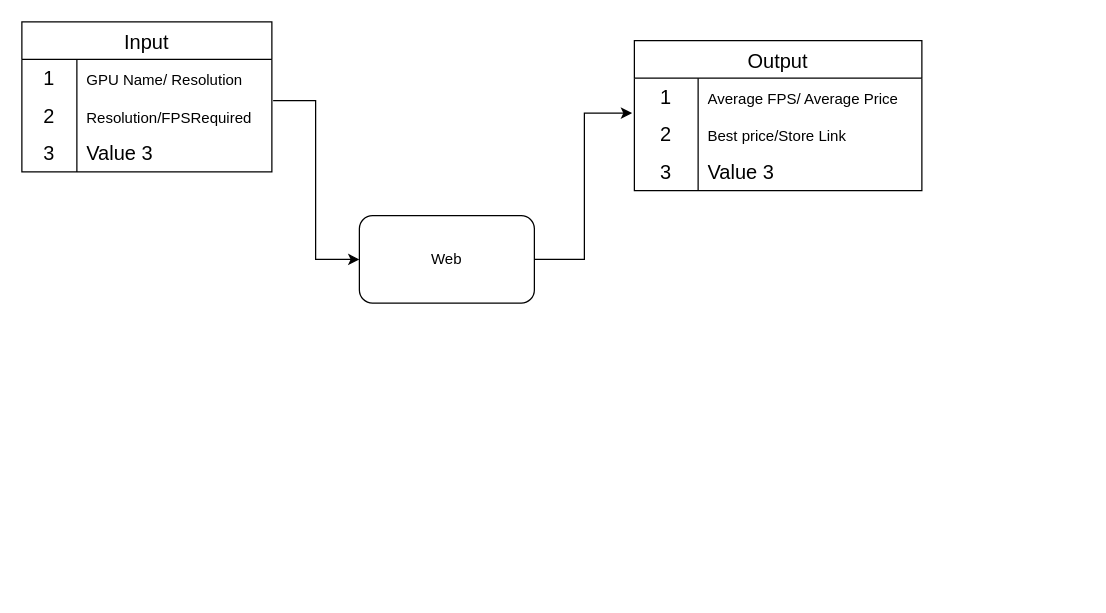
This is VladsMachine.drawio from SouzaNascimento/VladsMachine, a draw.io file, before an edit. Source tidied: cells renumbered, new cells numbered last; positions are measured from the earlier drawing's top-left corner, leaving out a move shared by most shapes. Both pictures are drawn from the tidied source at 125%, with x=0, y=0 at pixel (21, 21).
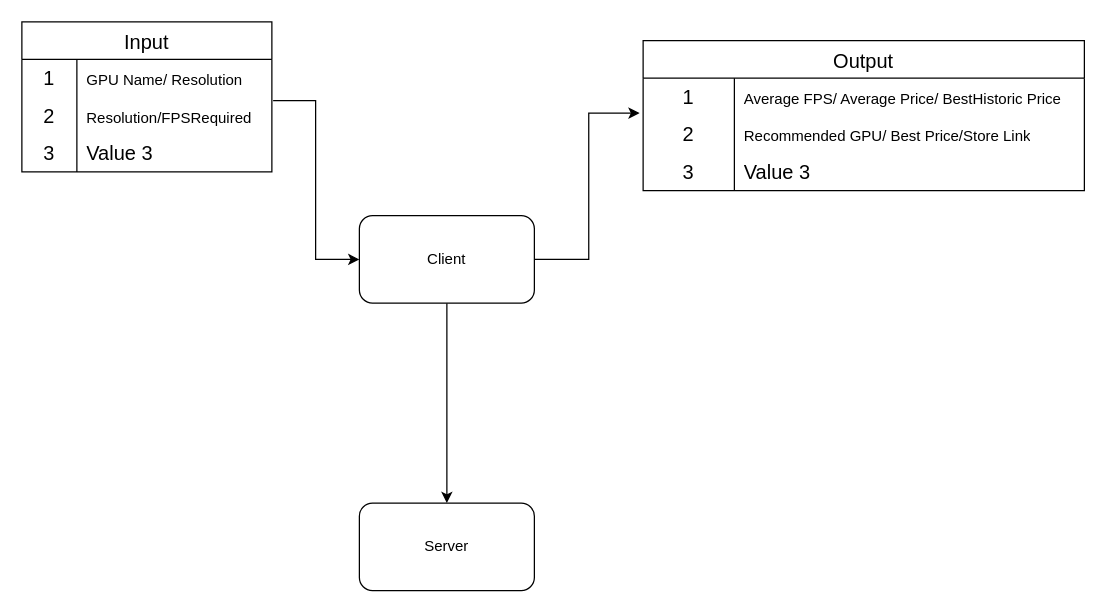
The same diagram, later.

What changed in the source:
```diff
@@
+    <mxCell id="25" style="edgeStyle=orthogonalEdgeStyle;rounded=0;jettySize=auto;html=1;exitX=0.5;exitY=1;exitDx=0;exitDy=0;entryX=0.5;entryY=0;entryDx=0;entryDy=0;" parent="1" edge="1" source="3" target="26">
+      <mxGeometry relative="1" as="geometry" />
+    </mxCell>
-    <mxCell id="3" value="Web" style="rounded=1;whiteSpace=wrap;html=1;fontSize=12;glass=0;strokeWidth=1;shadow=0;" parent="1" vertex="1">
+    <mxCell id="3" value="Client" style="rounded=1;whiteSpace=wrap;html=1;fontSize=12;glass=0;strokeWidth=1;shadow=0;" parent="1" vertex="1">
       <mxGeometry x="270" y="155" width="140" height="70" as="geometry" />
     </mxCell>
@@
     <mxCell id="15" value="Output" style="shape=table;startSize=30;childLayout=tableLayout;rowLines=0;fontStyle=0;strokeColor=default;fontSize=16;" parent="1" vertex="1">
-      <mxGeometry x="490" y="15" width="230" height="120" as="geometry" />
+      <mxGeometry x="497" y="15" width="353" height="120" as="geometry" />
     </mxCell>
     <mxCell id="16" style="shape=tableRow;horizontal=0;startSize=0;swimlaneHead=0;swimlaneBody=0;top=0;left=0;bottom=0;right=0;fillColor=none;strokeColor=inherit;fontSize=16;" parent="15" vertex="1">
-      <mxGeometry y="30" width="230" height="30" as="geometry" />
+      <mxGeometry y="30" width="353" height="30" as="geometry" />
     </mxCell>
     <mxCell id="17" value="1" style="shape=partialRectangle;html=1;whiteSpace=wrap;fillColor=none;top=0;left=0;bottom=0;right=0;overflow=hidden;strokeColor=inherit;fontSize=16;" parent="16" vertex="1">
-      <mxGeometry width="51" height="30" as="geometry" />
+      <mxGeometry width="73" height="30" as="geometry" />
     </mxCell>
-    <mxCell id="18" value="&lt;div style=&quot;text-align: center;&quot;&gt;&lt;span style=&quot;background-color: transparent; color: light-dark(rgb(0, 0, 0), rgb(255, 255, 255)); font-size: 12px;&quot;&gt;Average FPS/ Average Price&lt;/span&gt;&lt;/div&gt;" style="shape=partialRectangle;html=1;whiteSpace=wrap;fillColor=none;top=0;left=0;bottom=0;right=0;align=left;spacingLeft=6;overflow=hidden;strokeColor=inherit;fontSize=16;" parent="16" vertex="1">
-      <mxGeometry x="51" width="179" height="30" as="geometry" />
+    <mxCell id="18" value="&lt;div style=&quot;text-align: center;&quot;&gt;&lt;span style=&quot;background-color: transparent; color: light-dark(rgb(0, 0, 0), rgb(255, 255, 255)); font-size: 12px;&quot;&gt;Average FPS/ Average Price/ BestHistoric Price&lt;/span&gt;&lt;/div&gt;" style="shape=partialRectangle;html=1;whiteSpace=wrap;fillColor=none;top=0;left=0;bottom=0;right=0;align=left;spacingLeft=6;overflow=hidden;strokeColor=inherit;fontSize=16;" parent="16" vertex="1">
+      <mxGeometry x="73" width="280" height="30" as="geometry" />
     </mxCell>
     <mxCell id="19" style="shape=tableRow;horizontal=0;startSize=0;swimlaneHead=0;swimlaneBody=0;top=0;left=0;bottom=0;right=0;fillColor=none;points=[[0,0.5],[1,0.5]];portConstraint=eastwest;strokeColor=inherit;fontSize=16;" parent="15" vertex="1">
-      <mxGeometry y="60" width="230" height="30" as="geometry" />
+      <mxGeometry y="60" width="353" height="30" as="geometry" />
     </mxCell>
     <mxCell id="20" value="2" style="shape=partialRectangle;html=1;whiteSpace=wrap;fillColor=none;top=0;left=0;bottom=0;right=0;overflow=hidden;strokeColor=inherit;fontSize=16;" parent="19" vertex="1">
-      <mxGeometry width="51" height="30" as="geometry" />
+      <mxGeometry width="73" height="30" as="geometry" />
     </mxCell>
-    <mxCell id="21" value="&lt;span style=&quot;font-size: 12px; text-align: center;&quot;&gt;Best price/Store Link&lt;/span&gt;" style="shape=partialRectangle;html=1;whiteSpace=wrap;fillColor=none;top=0;left=0;bottom=0;right=0;align=left;spacingLeft=6;overflow=hidden;strokeColor=inherit;fontSize=16;" parent="19" vertex="1">
-      <mxGeometry x="51" width="179" height="30" as="geometry" />
+    <mxCell id="21" value="&lt;span style=&quot;font-size: 12px; text-align: center;&quot;&gt;Recommended GPU/ Best Price/Store Link&lt;/span&gt;" style="shape=partialRectangle;html=1;whiteSpace=wrap;fillColor=none;top=0;left=0;bottom=0;right=0;align=left;spacingLeft=6;overflow=hidden;strokeColor=inherit;fontSize=16;" parent="19" vertex="1">
+      <mxGeometry x="73" width="280" height="30" as="geometry" />
     </mxCell>
     <mxCell id="22" style="shape=tableRow;horizontal=0;startSize=0;swimlaneHead=0;swimlaneBody=0;top=0;left=0;bottom=0;right=0;fillColor=none;strokeColor=inherit;fontSize=16;" parent="15" vertex="1">
-      <mxGeometry y="90" width="230" height="30" as="geometry" />
+      <mxGeometry y="90" width="353" height="30" as="geometry" />
     </mxCell>
     <mxCell id="23" value="3" style="shape=partialRectangle;html=1;whiteSpace=wrap;fillColor=none;top=0;left=0;bottom=0;right=0;overflow=hidden;strokeColor=inherit;fontSize=16;" parent="22" vertex="1">
-      <mxGeometry width="51" height="30" as="geometry" />
+      <mxGeometry width="73" height="30" as="geometry" />
     </mxCell>
     <mxCell id="24" value="Value 3" style="shape=partialRectangle;html=1;whiteSpace=wrap;fillColor=none;top=0;left=0;bottom=0;right=0;align=left;spacingLeft=6;overflow=hidden;strokeColor=inherit;fontSize=16;" parent="22" vertex="1">
-      <mxGeometry x="51" width="179" height="30" as="geometry" />
+      <mxGeometry x="73" width="280" height="30" as="geometry" />
     </mxCell>
+    <mxCell id="26" value="Server" style="rounded=1;whiteSpace=wrap;html=1;fontSize=12;glass=0;strokeWidth=1;shadow=0;" parent="1" vertex="1">
+      <mxGeometry x="270" y="385" width="140" height="70" as="geometry" />
+    </mxCell>
```
